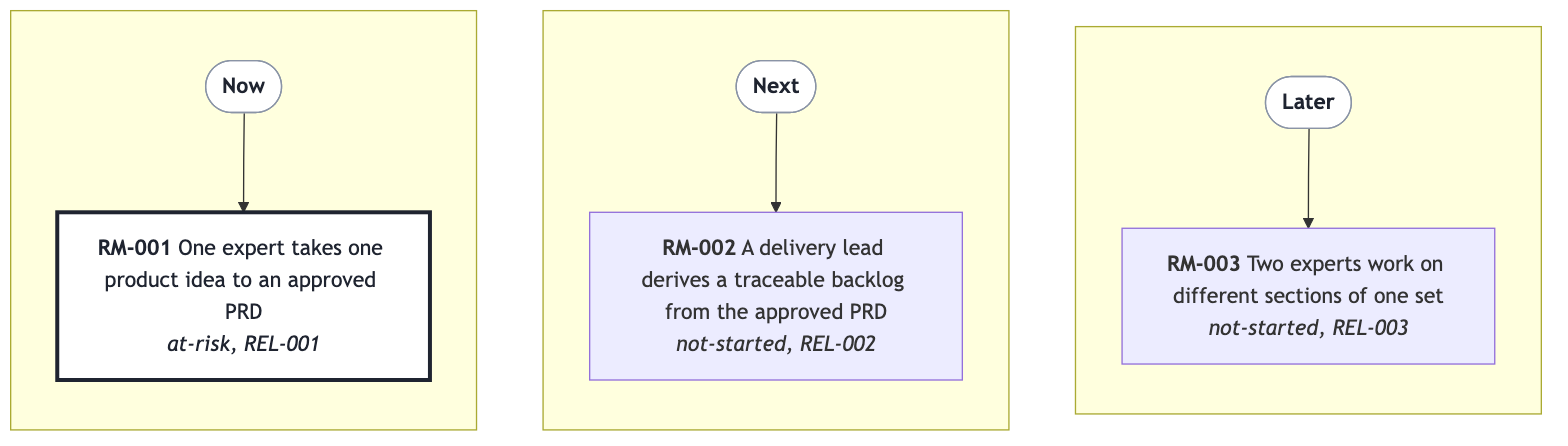
The Mermaid diagram docs/prd/prd-forge/diagrams/roadmap.png in SpillwaveSolutions/prd-forge, before a commit. Its source is kept beside it as docs/prd/prd-forge/diagrams/roadmap.mmd. The source it was exported from:
```mermaid
%%{init: {"flowchart": {"wrappingWidth": 220}}}%%
flowchart LR
  subgraph Hnow[" "]
    direction TB
    Hnowhead(["<b>Now</b>"])
    RM001["<b>RM-001</b> One expert takes one product idea to an approved PRD<br/><i>at-risk, REL-001</i>"]
    Hnowhead --> RM001
  end
  subgraph Hnext[" "]
    direction TB
    Hnexthead(["<b>Next</b>"])
    RM002["<b>RM-002</b> A delivery lead derives a traceable backlog from the approved PRD<br/><i>not-started, REL-002</i>"]
    Hnexthead --> RM002
  end
  subgraph Hlater[" "]
    direction TB
    Hlaterhead(["<b>Later</b>"])
    RM003["<b>RM-003</b> Two experts work on different sections of one set<br/><i>not-started, REL-003</i>"]
    Hlaterhead --> RM003
  end
  Hnow ~~~ Hnext
  Hnext ~~~ Hlater
  classDef head fill:#FFFFFF,stroke:#8A94A6,color:#1F2430
  classDef trouble fill:#FFFFFF,stroke:#1F2430,stroke-width:3px,color:#1F2430
  class Hnowhead,Hnexthead,Hlaterhead head
  class RM001 trouble
```
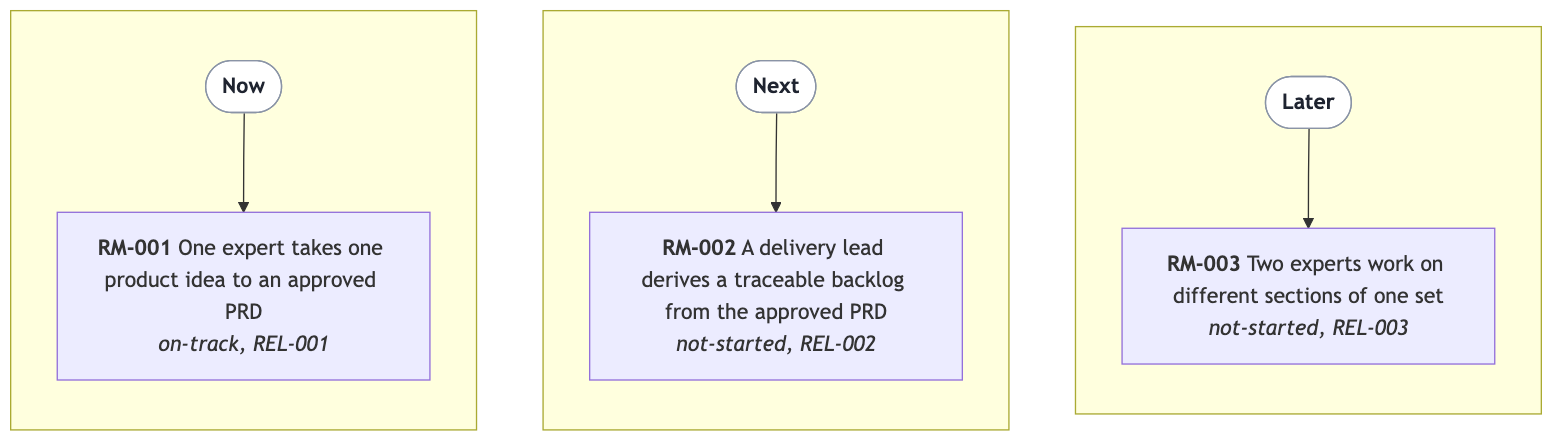
After the commit.

Change to the diagram source:
```diff
@@ -3,7 +3,7 @@
   subgraph Hnow[" "]
     direction TB
     Hnowhead(["<b>Now</b>"])
-    RM001["<b>RM-001</b> One expert takes one product idea to an approved PRD<br/><i>at-risk, REL-001</i>"]
+    RM001["<b>RM-001</b> One expert takes one product idea to an approved PRD<br/><i>on-track, REL-001</i>"]
     Hnowhead --> RM001
   end
   subgraph Hnext[" "]
@@ -23,4 +23,3 @@
   classDef head fill:#FFFFFF,stroke:#8A94A6,color:#1F2430
   classDef trouble fill:#FFFFFF,stroke:#1F2430,stroke-width:3px,color:#1F2430
   class Hnowhead,Hnexthead,Hlaterhead head
-  class RM001 trouble
```
